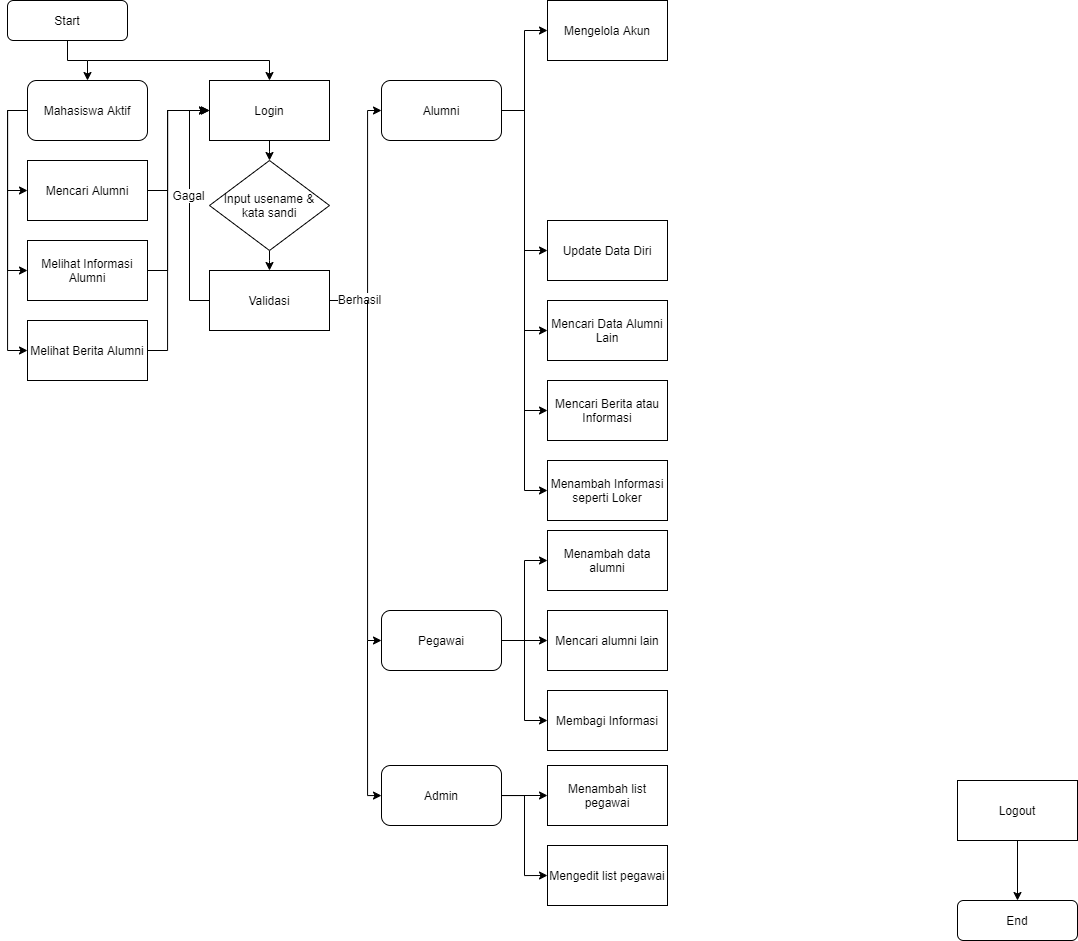
Before: flowchart.png, a diagram exported from draw.io (DwikiAffandi/flowchart). Source tidied: cells renumbered, new cells last; positions are measured from the earlier drawing's top-left corner, leaving out a move shared by most shapes.
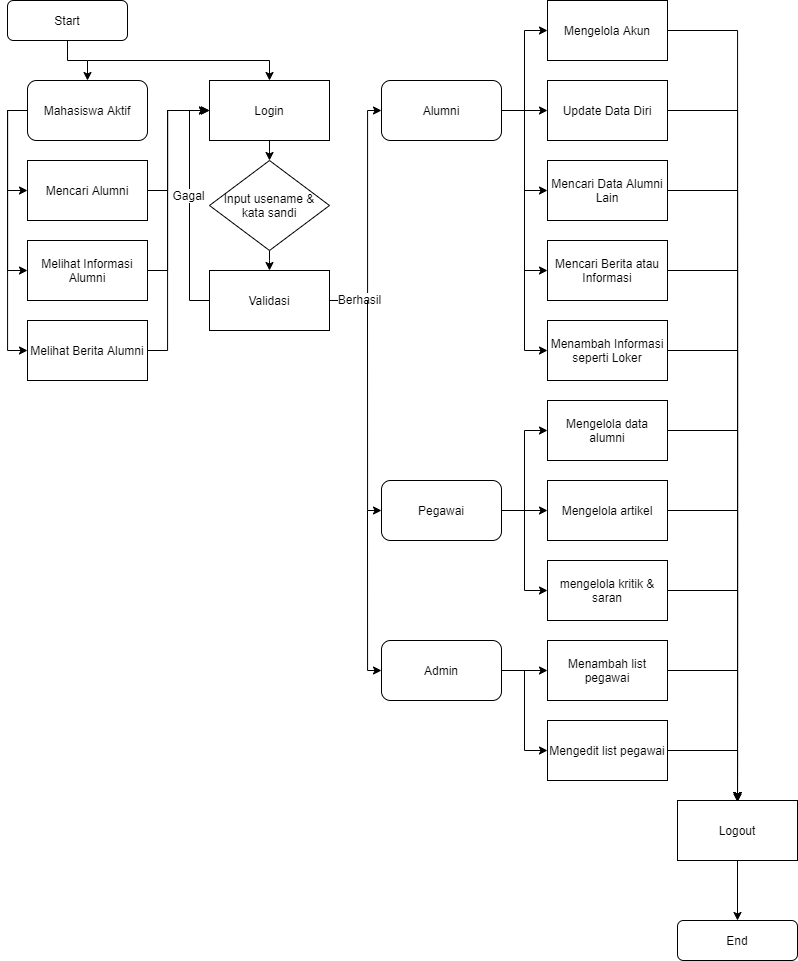
The same diagram one commit later.

Change to the diagram source:
```diff
@@ -118,12 +118,25 @@
     <mxCell id="27" value="Alumni" style="rounded=1;whiteSpace=wrap;html=1;" parent="1" vertex="1">
       <mxGeometry x="374" y="80" width="120" height="60" as="geometry" />
     </mxCell>
+    <mxCell id="52" style="edgeStyle=orthogonalEdgeStyle;rounded=0;jettySize=auto;html=1;entryX=0.5;entryY=0;entryDx=0;entryDy=0;" parent="1" edge="1" source="28" target="47">
+      <mxGeometry relative="1" as="geometry" />
+    </mxCell>
     <mxCell id="28" value="Mencari Data Alumni Lain" style="rounded=0;whiteSpace=wrap;html=1;" parent="1" vertex="1">
-      <mxGeometry x="540" y="300" width="120" height="60" as="geometry" />
+      <mxGeometry x="540" y="160" width="120" height="60" as="geometry" />
     </mxCell>
+    <mxCell id="53" style="edgeStyle=orthogonalEdgeStyle;rounded=0;jettySize=auto;html=1;" parent="1" edge="1" source="29">
+      <mxGeometry relative="1" as="geometry">
+        <mxPoint x="730" y="801.3" as="targetPoint" />
+      </mxGeometry>
+    </mxCell>
     <mxCell id="29" value="Update Data Diri" style="rounded=0;whiteSpace=wrap;html=1;" parent="1" vertex="1">
-      <mxGeometry x="540" y="220" width="120" height="60" as="geometry" />
+      <mxGeometry x="540" y="80" width="120" height="60" as="geometry" />
     </mxCell>
+    <mxCell id="54" style="edgeStyle=orthogonalEdgeStyle;rounded=0;jettySize=auto;html=1;" parent="1" edge="1" source="30">
+      <mxGeometry relative="1" as="geometry">
+        <mxPoint x="730" y="801.3" as="targetPoint" />
+      </mxGeometry>
+    </mxCell>
     <mxCell id="30" value="Mengelola Akun" style="rounded=0;whiteSpace=wrap;html=1;" parent="1" vertex="1">
       <mxGeometry x="540" width="120" height="60" as="geometry" />
     </mxCell>
@@ -140,21 +153,32 @@
       <mxGeometry relative="1" as="geometry">
         <mxPoint x="360" y="300" as="sourcePoint" />
         <Array as="points">
-          <mxPoint x="360" y="640" />
+          <mxPoint x="360" y="510" />
         </Array>
       </mxGeometry>
     </mxCell>
     <mxCell id="35" value="Pegawai" style="rounded=1;whiteSpace=wrap;html=1;" parent="1" vertex="1">
-      <mxGeometry x="374" y="610" width="120" height="60" as="geometry" />
+      <mxGeometry x="374" y="480" width="120" height="60" as="geometry" />
     </mxCell>
+    <mxCell id="55" style="edgeStyle=orthogonalEdgeStyle;rounded=0;jettySize=auto;html=1;" parent="1" edge="1" source="36">
+      <mxGeometry relative="1" as="geometry">
+        <mxPoint x="730" y="800" as="targetPoint" />
+      </mxGeometry>
+    </mxCell>
-    <mxCell id="36" value="Membagi Informasi" style="rounded=0;whiteSpace=wrap;html=1;" parent="1" vertex="1">
-      <mxGeometry x="540" y="690" width="120" height="60" as="geometry" />
+    <mxCell id="36" value="mengelola kritik &amp;amp; saran" style="rounded=0;whiteSpace=wrap;html=1;" parent="1" vertex="1">
+      <mxGeometry x="540" y="560" width="120" height="60" as="geometry" />
     </mxCell>
+    <mxCell id="56" style="edgeStyle=orthogonalEdgeStyle;rounded=0;jettySize=auto;html=1;entryX=0.5;entryY=0;entryDx=0;entryDy=0;" parent="1" edge="1" source="37" target="47">
+      <mxGeometry relative="1" as="geometry" />
+    </mxCell>
-    <mxCell id="37" value="Mencari alumni lain" style="rounded=0;whiteSpace=wrap;html=1;" parent="1" vertex="1">
-      <mxGeometry x="540" y="610" width="120" height="60" as="geometry" />
+    <mxCell id="37" value="Mengelola artikel" style="rounded=0;whiteSpace=wrap;html=1;" parent="1" vertex="1">
+      <mxGeometry x="540" y="480" width="120" height="60" as="geometry" />
     </mxCell>
+    <mxCell id="57" style="edgeStyle=orthogonalEdgeStyle;rounded=0;jettySize=auto;html=1;entryX=0.5;entryY=0;entryDx=0;entryDy=0;" parent="1" edge="1" source="38" target="47">
+      <mxGeometry relative="1" as="geometry" />
+    </mxCell>
-    <mxCell id="38" value="Menambah data alumni" style="rounded=0;whiteSpace=wrap;html=1;" parent="1" vertex="1">
-      <mxGeometry x="540" y="530" width="120" height="60" as="geometry" />
+    <mxCell id="38" value="Mengelola data alumni" style="rounded=0;whiteSpace=wrap;html=1;" parent="1" vertex="1">
+      <mxGeometry x="540" y="400" width="120" height="60" as="geometry" />
     </mxCell>
     <mxCell id="39" style="edgeStyle=orthogonalEdgeStyle;rounded=0;jettySize=auto;html=1;entryX=0;entryY=0.5;entryDx=0;entryDy=0;" parent="1" edge="1" source="42" target="43">
       <mxGeometry relative="1" as="geometry" />
@@ -164,32 +188,43 @@
     </mxCell>
     <mxCell id="41" style="edgeStyle=orthogonalEdgeStyle;rounded=0;jettySize=auto;html=1;fontSize=12;" parent="1" edge="1" target="42">
       <mxGeometry relative="1" as="geometry">
-        <mxPoint x="360" y="640" as="sourcePoint" />
+        <mxPoint x="360" y="510" as="sourcePoint" />
         <Array as="points">
-          <mxPoint x="360" y="795" />
+          <mxPoint x="360" y="670" />
         </Array>
       </mxGeometry>
     </mxCell>
     <mxCell id="42" value="Admin" style="rounded=1;whiteSpace=wrap;html=1;" parent="1" vertex="1">
-      <mxGeometry x="374" y="765" width="120" height="60" as="geometry" />
+      <mxGeometry x="374" y="640" width="120" height="60" as="geometry" />
     </mxCell>
+    <mxCell id="58" style="edgeStyle=orthogonalEdgeStyle;rounded=0;jettySize=auto;html=1;" parent="1" edge="1" source="43" target="47">
+      <mxGeometry relative="1" as="geometry" />
+    </mxCell>
     <mxCell id="43" value="Mengedit list pegawai" style="rounded=0;whiteSpace=wrap;html=1;" parent="1" vertex="1">
-      <mxGeometry x="540" y="845" width="120" height="60" as="geometry" />
+      <mxGeometry x="540" y="720" width="120" height="60" as="geometry" />
     </mxCell>
+    <mxCell id="59" style="edgeStyle=orthogonalEdgeStyle;rounded=0;jettySize=auto;html=1;" parent="1" edge="1" source="44">
+      <mxGeometry relative="1" as="geometry">
+        <mxPoint x="730" y="800" as="targetPoint" />
+      </mxGeometry>
+    </mxCell>
     <mxCell id="44" value="Menambah list pegawai" style="rounded=0;whiteSpace=wrap;html=1;" parent="1" vertex="1">
-      <mxGeometry x="540" y="765" width="120" height="60" as="geometry" />
+      <mxGeometry x="540" y="640" width="120" height="60" as="geometry" />
     </mxCell>
+    <mxCell id="60" style="edgeStyle=orthogonalEdgeStyle;rounded=0;jettySize=auto;html=1;entryX=0.5;entryY=0;entryDx=0;entryDy=0;" parent="1" edge="1" source="45" target="47">
+      <mxGeometry relative="1" as="geometry" />
+    </mxCell>
     <mxCell id="45" value="Mencari Berita atau Informasi" style="rounded=0;whiteSpace=wrap;html=1;" parent="1" vertex="1">
-      <mxGeometry x="540" y="380" width="120" height="60" as="geometry" />
+      <mxGeometry x="540" y="240" width="120" height="60" as="geometry" />
     </mxCell>
     <mxCell id="46" style="edgeStyle=orthogonalEdgeStyle;rounded=0;jettySize=auto;html=1;entryX=0.5;entryY=0;entryDx=0;entryDy=0;" parent="1" edge="1" source="47" target="48">
       <mxGeometry relative="1" as="geometry" />
     </mxCell>
     <mxCell id="47" value="Logout" style="rounded=0;whiteSpace=wrap;html=1;" parent="1" vertex="1">
-      <mxGeometry x="950" y="780" width="120" height="60" as="geometry" />
+      <mxGeometry x="670" y="800" width="120" height="60" as="geometry" />
     </mxCell>
     <mxCell id="48" value="End" style="rounded=1;whiteSpace=wrap;html=1;" parent="1" vertex="1">
-      <mxGeometry x="950" y="900" width="120" height="40" as="geometry" />
+      <mxGeometry x="670" y="920" width="120" height="40" as="geometry" />
     </mxCell>
     <mxCell id="49" style="edgeStyle=orthogonalEdgeStyle;rounded=0;jettySize=auto;html=1;entryX=0;entryY=0.5;entryDx=0;entryDy=0;" parent="1" edge="1" source="50" target="11">
       <mxGeometry relative="1" as="geometry">
@@ -202,8 +237,13 @@
     <mxCell id="50" value="Melihat Berita Alumni" style="rounded=0;whiteSpace=wrap;html=1;" parent="1" vertex="1">
       <mxGeometry x="20" y="320" width="120" height="60" as="geometry" />
     </mxCell>
+    <mxCell id="61" style="edgeStyle=orthogonalEdgeStyle;rounded=0;jettySize=auto;html=1;" parent="1" edge="1" source="51">
+      <mxGeometry relative="1" as="geometry">
+        <mxPoint x="730" y="800" as="targetPoint" />
+      </mxGeometry>
+    </mxCell>
     <mxCell id="51" value="Menambah Informasi seperti Loker" style="rounded=0;whiteSpace=wrap;html=1;" parent="1" vertex="1">
-      <mxGeometry x="540" y="460" width="120" height="60" as="geometry" />
+      <mxGeometry x="540" y="320" width="120" height="60" as="geometry" />
     </mxCell>
   </root>
 </mxGraphModel>
```
